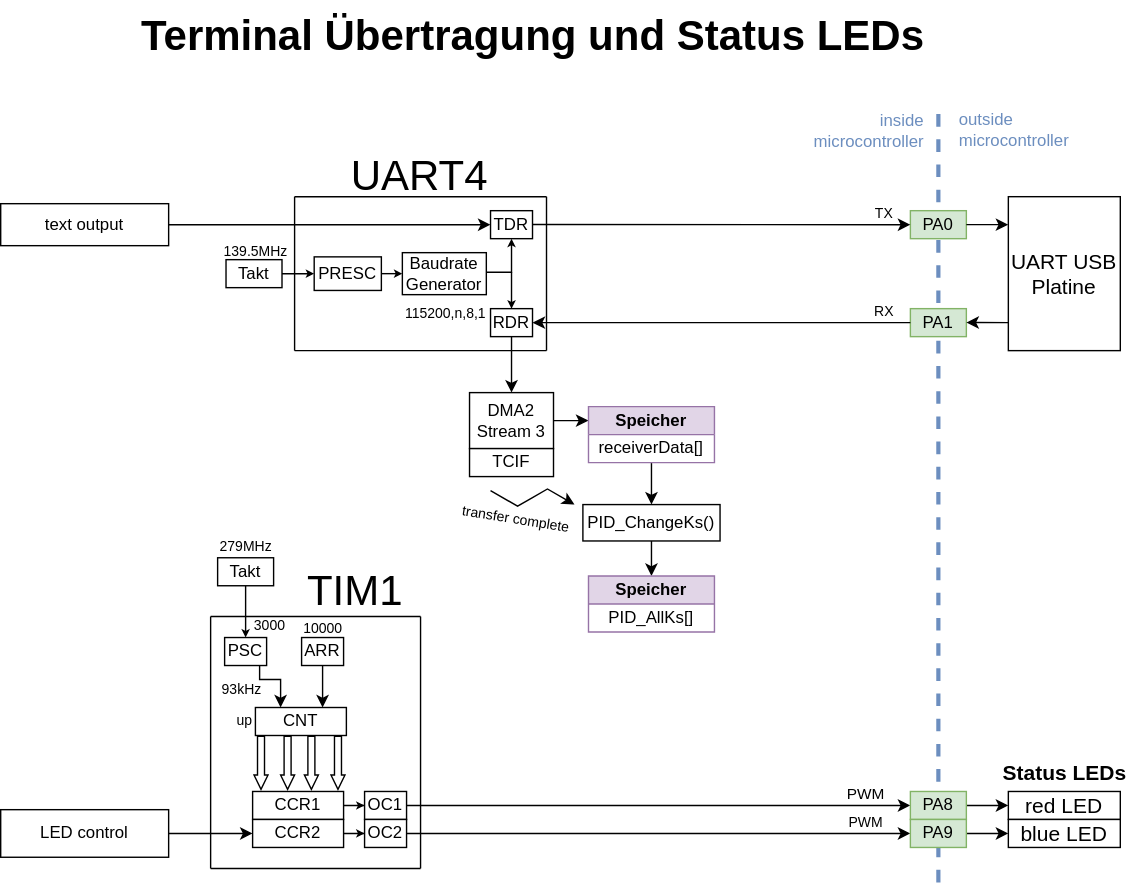
This is Dokumentation/Bilder/Softwarearchitektur/Softwarearchitektur-Terminal + Status.drawio.svg from FrogMoment/FPV_Drohne_202324, a draw.io export, as it was before one commit. Source tidied: cells renumbered, new cells last; positions are measured from the earlier drawing's top-left corner, leaving out a move shared by most shapes.
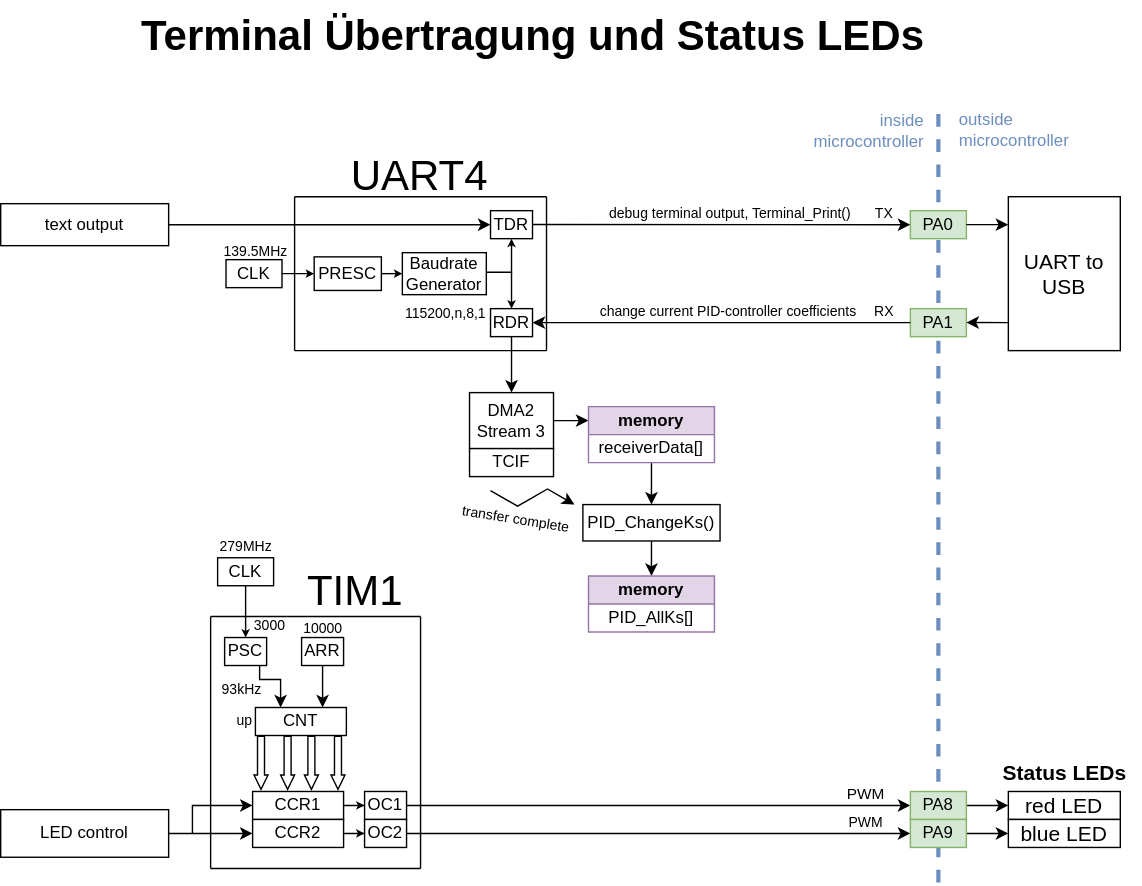
After the change.

Change to the diagram source:
```diff
@@ -29,7 +29,7 @@
     <mxCell id="9" style="edgeStyle=orthogonalEdgeStyle;rounded=0;jettySize=auto;html=1;entryX=0;entryY=0.5;entryDx=0;entryDy=0;endSize=3;" parent="1" edge="1" source="10" target="16">
       <mxGeometry relative="1" as="geometry" />
     </mxCell>
-    <mxCell id="10" value="Takt" style="whiteSpace=wrap;html=1;" parent="1" vertex="1">
+    <mxCell id="10" value="CLK" style="whiteSpace=wrap;html=1;" parent="1" vertex="1">
       <mxGeometry x="161" y="185" width="40" height="20" as="geometry" />
     </mxCell>
     <mxCell id="11" value="139.5MHz" style="text;html=1;align=center;verticalAlign=middle;strokeColor=none;fillColor=none;fontSize=10;" parent="1" vertex="1">
@@ -86,7 +86,7 @@
         <mxPoint x="365" y="220" as="targetPoint" />
       </mxGeometry>
     </mxCell>
-    <mxCell id="22" value="&lt;font style=&quot;font-size: 15px;&quot;&gt;UART USB&lt;br&gt;Platine&lt;br&gt;&lt;/font&gt;" style="rounded=0;whiteSpace=wrap;html=1;" parent="1" vertex="1">
+    <mxCell id="22" value="&lt;font style=&quot;font-size: 15px;&quot;&gt;UART to USB&lt;br&gt;&lt;/font&gt;" style="rounded=0;whiteSpace=wrap;html=1;" parent="1" vertex="1">
       <mxGeometry x="720" y="140" width="80" height="110" as="geometry" />
     </mxCell>
     <mxCell id="23" value="PA0" style="rounded=0;whiteSpace=wrap;html=1;fillColor=#d5e8d4;strokeColor=#82b366;" parent="1" vertex="1">
@@ -127,7 +127,7 @@
     <mxCell id="32" style="edgeStyle=orthogonalEdgeStyle;rounded=0;jettySize=auto;html=1;entryX=0.5;entryY=0;entryDx=0;entryDy=0;" parent="1" edge="1" source="33" target="36">
       <mxGeometry relative="1" as="geometry" />
     </mxCell>
-    <mxCell id="33" value="&lt;b&gt;Speicher&lt;/b&gt;" style="swimlane;fontStyle=0;horizontal=1;startSize=20;whiteSpace=wrap;html=1;fillColor=#e1d5e7;strokeColor=#9673a6;" parent="1" vertex="1">
+    <mxCell id="33" value="&lt;b&gt;memory&lt;/b&gt;" style="swimlane;fontStyle=0;horizontal=1;startSize=20;whiteSpace=wrap;html=1;fillColor=#e1d5e7;strokeColor=#9673a6;" parent="1" vertex="1">
       <mxGeometry x="420" y="290" width="90" height="40" as="geometry" />
     </mxCell>
     <mxCell id="34" value="&lt;font style=&quot;font-size: 12px;&quot;&gt;receiverData[]&lt;/font&gt;" style="text;strokeColor=none;fillColor=none;align=center;verticalAlign=middle;spacingLeft=4;spacingRight=4;overflow=hidden;whiteSpace=wrap;html=1;" parent="33" vertex="1">
@@ -145,7 +145,7 @@
     <mxCell id="38" value="&lt;font style=&quot;font-size: 10px;&quot;&gt;transfer complete&lt;/font&gt;" style="text;html=1;align=center;verticalAlign=middle;strokeColor=none;fillColor=none;rotation=9;" parent="1" vertex="1">
       <mxGeometry x="318" y="355" width="100" height="30" as="geometry" />
     </mxCell>
-    <mxCell id="39" value="&lt;b&gt;Speicher&lt;/b&gt;" style="swimlane;fontStyle=0;horizontal=1;startSize=20;whiteSpace=wrap;html=1;fillColor=#e1d5e7;strokeColor=#9673a6;" parent="1" vertex="1">
+    <mxCell id="39" value="&lt;b&gt;memory&lt;/b&gt;" style="swimlane;fontStyle=0;horizontal=1;startSize=20;whiteSpace=wrap;html=1;fillColor=#e1d5e7;strokeColor=#9673a6;" parent="1" vertex="1">
       <mxGeometry x="420" y="411" width="90" height="40" as="geometry" />
     </mxCell>
     <mxCell id="40" value="&lt;font style=&quot;font-size: 12px;&quot;&gt;PID_AllKs[]&lt;/font&gt;" style="text;strokeColor=none;fillColor=none;align=center;verticalAlign=middle;spacingLeft=4;spacingRight=4;overflow=hidden;whiteSpace=wrap;html=1;" parent="39" vertex="1">
@@ -166,7 +166,7 @@
     <mxCell id="45" style="edgeStyle=orthogonalEdgeStyle;rounded=0;jettySize=auto;html=1;endSize=3;" parent="1" edge="1" source="46" target="47">
       <mxGeometry relative="1" as="geometry" />
     </mxCell>
-    <mxCell id="46" value="Takt" style="whiteSpace=wrap;html=1;" parent="1" vertex="1">
+    <mxCell id="46" value="CLK" style="whiteSpace=wrap;html=1;" parent="1" vertex="1">
       <mxGeometry x="155" y="398" width="40" height="20" as="geometry" />
     </mxCell>
     <mxCell id="47" value="PSC" style="whiteSpace=wrap;html=1;" parent="1" vertex="1">
@@ -330,5 +330,20 @@
     <mxCell id="85" value="LED control" style="rounded=0;whiteSpace=wrap;html=1;" parent="1" vertex="1">
       <mxGeometry y="578" width="120" height="34" as="geometry" />
     </mxCell>
+    <mxCell id="86" value="&lt;font style=&quot;font-size: 10px;&quot;&gt;debug terminal output, Terminal_Print()&lt;/font&gt;" style="text;html=1;align=center;verticalAlign=middle;strokeColor=none;fillColor=none;" parent="1" vertex="1">
+      <mxGeometry x="421" y="137" width="200" height="30" as="geometry" />
+    </mxCell>
+    <mxCell id="87" value="&lt;font style=&quot;font-size: 10px;&quot;&gt;change current PID-controller coefficients&amp;nbsp;&lt;/font&gt;" style="text;html=1;align=center;verticalAlign=middle;strokeColor=none;fillColor=none;" parent="1" vertex="1">
+      <mxGeometry x="416" y="207" width="210" height="30" as="geometry" />
+    </mxCell>
+    <mxCell id="88" style="endArrow=classic;html=1;rounded=0;" parent="1" edge="1">
+      <mxGeometry relative="1" as="geometry">
+        <mxPoint x="137" y="595" as="sourcePoint" />
+        <mxPoint x="180" y="575" as="targetPoint" />
+        <Array as="points">
+          <mxPoint x="137" y="575" />
+        </Array>
+      </mxGeometry>
+    </mxCell>
   </root>
 </mxGraphModel>
```
